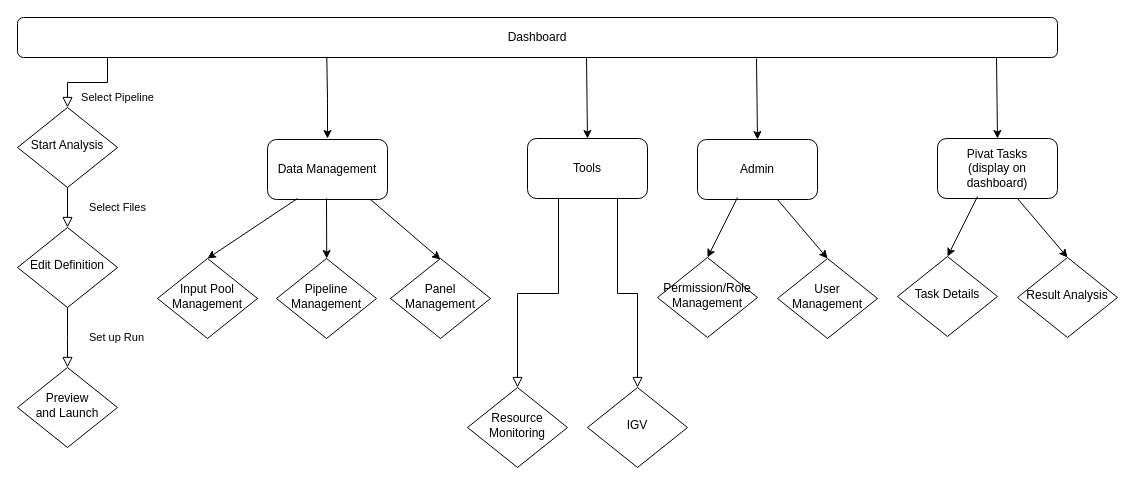
Earlier version of the draw.io diagram Untitled Diagram.drawio (reggaebass/pilar-test). Source tidied: cells renumbered, new cells numbered last; positions are measured from the earlier drawing's top-left corner, leaving out a move shared by most shapes. Both pictures are drawn from the tidied source at 100%, with x=0, y=0 at pixel (17, 17).
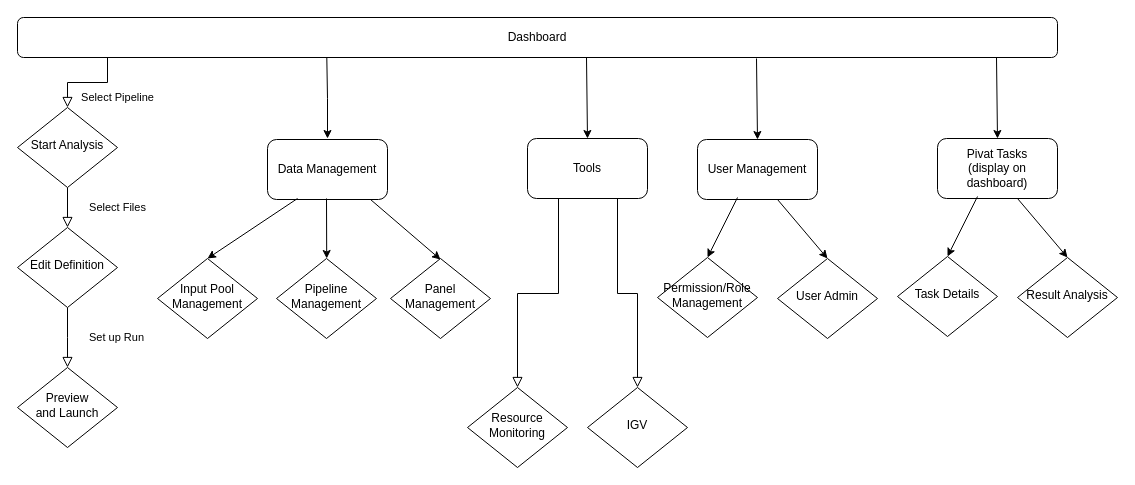
The same diagram, later.

The edit, as a diff of the source:
```diff
@@
-    <mxCell id="24" value="Admin" style="rounded=1;whiteSpace=wrap;html=1;" parent="1" vertex="1">
+    <mxCell id="24" value="User Management" style="rounded=1;whiteSpace=wrap;html=1;" parent="1" vertex="1">
       <mxGeometry x="680" y="122" width="120" height="60" as="geometry" />
     </mxCell>
@@
-    <mxCell id="26" value="User Management" style="rhombus;whiteSpace=wrap;html=1;shadow=0;fontFamily=Helvetica;fontSize=12;align=center;strokeWidth=1;spacing=6;spacingTop=-4;" parent="1" vertex="1">
+    <mxCell id="26" value="User Admin" style="rhombus;whiteSpace=wrap;html=1;shadow=0;fontFamily=Helvetica;fontSize=12;align=center;strokeWidth=1;spacing=6;spacingTop=-4;" parent="1" vertex="1">
       <mxGeometry x="760" y="241" width="100" height="80" as="geometry" />
     </mxCell>
```
